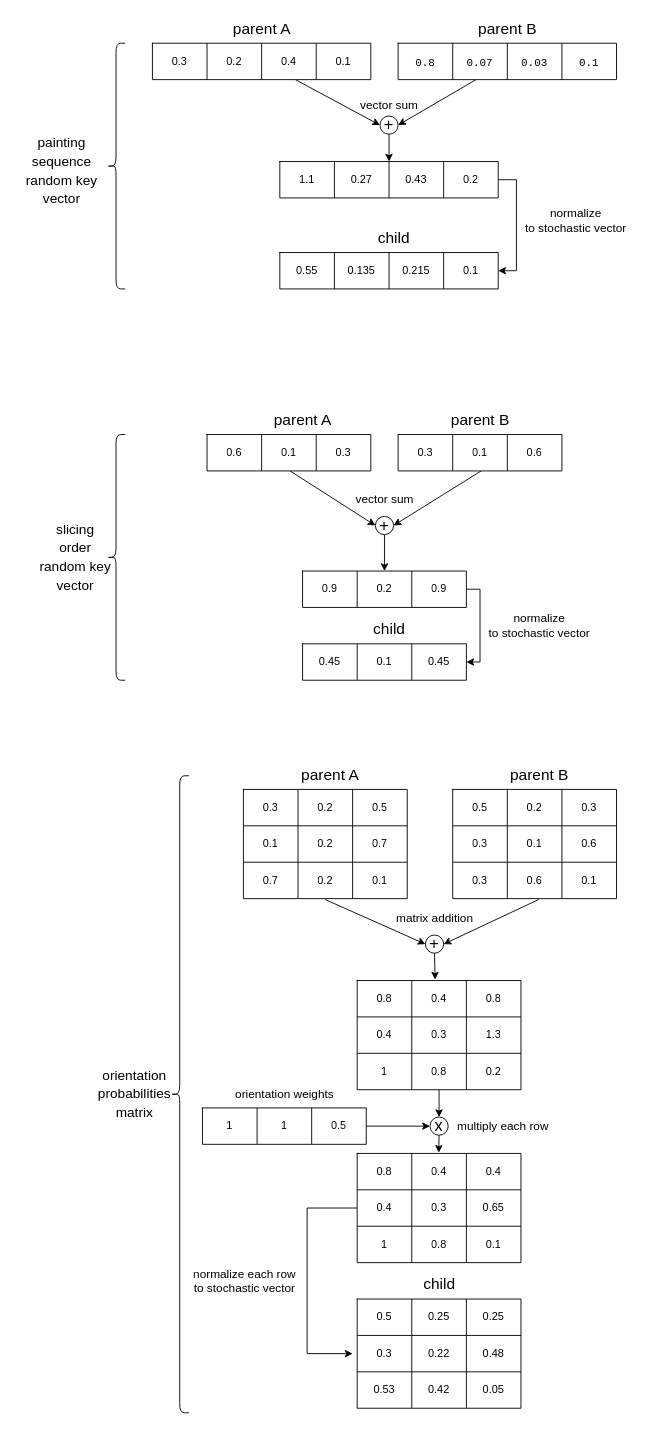
The draw.io diagram src/thesis/figures/crossover.drawio in TaIos/master-thesis, before the edit. Source tidied: cells renumbered, new cells numbered last; positions are measured from the earlier drawing's top-left corner, leaving out a move shared by most shapes. Both pictures are drawn from the tidied source at 91%, with x=0, y=0 at pixel (15, 15).
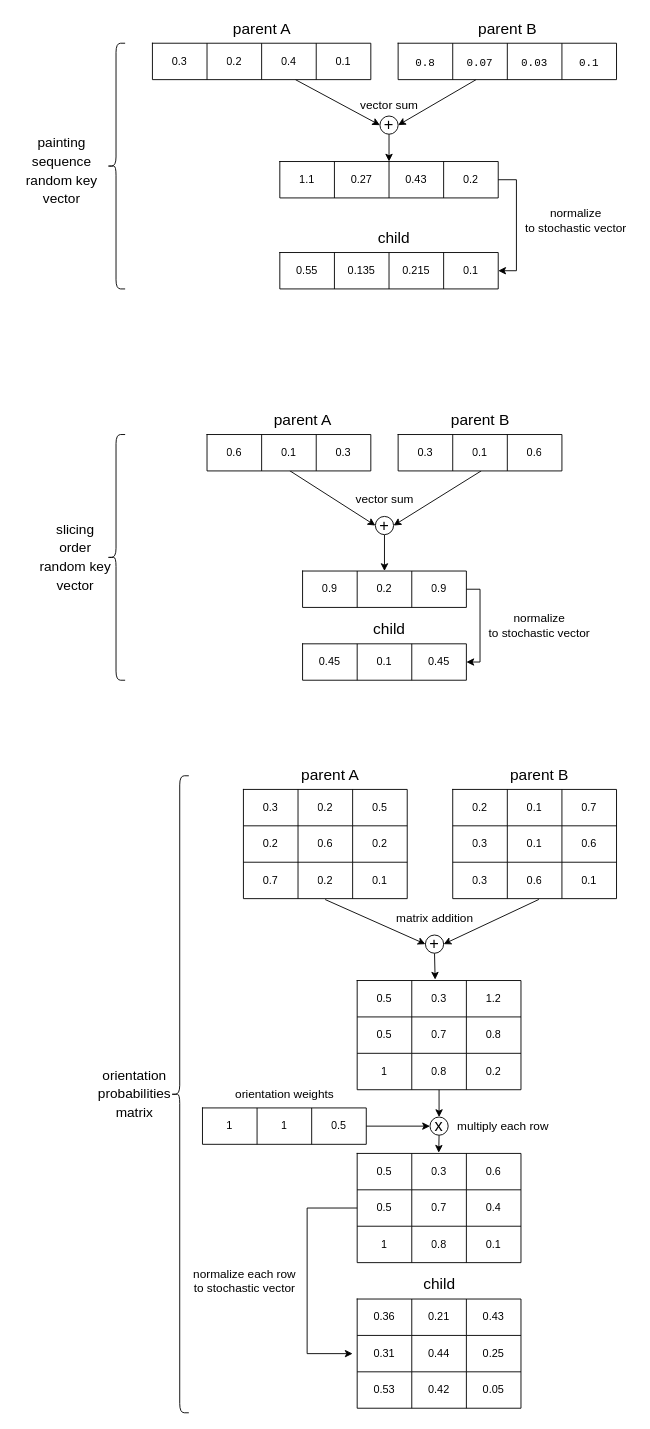
The same diagram, later.

Unchanged cells that the change refers to:
```xml
<mxCell id="34" style="shape=tableRow;horizontal=0;startSize=0;swimlaneHead=0;swimlaneBody=0;top=0;left=0;bottom=0;right=0;fillColor=none;" parent="29" vertex="1">
  <mxGeometry y="40" width="180" height="40" as="geometry" />
</mxCell>
<mxCell id="44" style="shape=tableRow;horizontal=0;startSize=0;swimlaneHead=0;swimlaneBody=0;top=0;left=0;bottom=0;right=0;fillColor=none;" parent="43" vertex="1">
  <mxGeometry width="180" height="40" as="geometry" />
</mxCell>
<mxCell id="107" style="shape=tableRow;horizontal=0;startSize=0;swimlaneHead=0;swimlaneBody=0;top=0;left=0;bottom=0;right=0;fillColor=none;points=[[0,0.5],[1,0.5]];portConstraint=eastwest;" parent="106" vertex="1">
  <mxGeometry width="180" height="40" as="geometry" />
</mxCell>
<mxCell id="111" style="shape=tableRow;horizontal=0;startSize=0;swimlaneHead=0;swimlaneBody=0;top=0;left=0;bottom=0;right=0;fillColor=none;" parent="106" vertex="1">
  <mxGeometry y="40" width="180" height="40" as="geometry" />
</mxCell>
<mxCell id="127" style="shape=tableRow;horizontal=0;startSize=0;swimlaneHead=0;swimlaneBody=0;top=0;left=0;bottom=0;right=0;fillColor=none;points=[[0,0.5],[1,0.5]];portConstraint=eastwest;" parent="126" vertex="1">
  <mxGeometry width="180" height="40" as="geometry" />
</mxCell>
<mxCell id="131" style="shape=tableRow;horizontal=0;startSize=0;swimlaneHead=0;swimlaneBody=0;top=0;left=0;bottom=0;right=0;fillColor=none;points=[[0,0.5],[1,0.5]];portConstraint=eastwest;" parent="126" vertex="1">
  <mxGeometry y="40" width="180" height="40" as="geometry" />
</mxCell>
<mxCell id="143" style="shape=tableRow;horizontal=0;startSize=0;swimlaneHead=0;swimlaneBody=0;top=0;left=0;bottom=0;right=0;fillColor=none;" parent="142" vertex="1">
  <mxGeometry width="180" height="40" as="geometry" />
</mxCell>
<mxCell id="147" style="shape=tableRow;horizontal=0;startSize=0;swimlaneHead=0;swimlaneBody=0;top=0;left=0;bottom=0;right=0;fillColor=none;" parent="142" vertex="1">
  <mxGeometry y="40" width="180" height="40" as="geometry" />
</mxCell>
```

What changed in the source:
```diff
@@
-    <mxCell id="35" value="0.1" style="shape=partialRectangle;html=1;whiteSpace=wrap;fillColor=none;top=0;left=0;bottom=0;right=0;overflow=hidden;" parent="34" vertex="1">
+    <mxCell id="35" value="0.2" style="shape=partialRectangle;html=1;whiteSpace=wrap;fillColor=none;top=0;left=0;bottom=0;right=0;overflow=hidden;" parent="34" vertex="1">
       <mxGeometry width="60" height="40" as="geometry" />
     </mxCell>
-    <mxCell id="36" value="0.2" style="shape=partialRectangle;html=1;whiteSpace=wrap;fillColor=none;top=0;left=0;bottom=0;right=0;overflow=hidden;" parent="34" vertex="1">
+    <mxCell id="36" value="0.6" style="shape=partialRectangle;html=1;whiteSpace=wrap;fillColor=none;top=0;left=0;bottom=0;right=0;overflow=hidden;" parent="34" vertex="1">
       <mxGeometry x="60" width="60" height="40" as="geometry" />
     </mxCell>
-    <mxCell id="37" value="0.7" style="shape=partialRectangle;html=1;whiteSpace=wrap;fillColor=none;top=0;left=0;bottom=0;right=0;overflow=hidden;" parent="34" vertex="1">
+    <mxCell id="37" value="0.2" style="shape=partialRectangle;html=1;whiteSpace=wrap;fillColor=none;top=0;left=0;bottom=0;right=0;overflow=hidden;" parent="34" vertex="1">
       <mxGeometry x="120" width="60" height="40" as="geometry" />
     </mxCell>
@@
-    <mxCell id="45" value="0.5" style="shape=partialRectangle;html=1;whiteSpace=wrap;fillColor=none;top=0;left=0;bottom=0;right=0;overflow=hidden;" parent="44" vertex="1">
+    <mxCell id="45" value="0.2" style="shape=partialRectangle;html=1;whiteSpace=wrap;fillColor=none;top=0;left=0;bottom=0;right=0;overflow=hidden;" parent="44" vertex="1">
       <mxGeometry width="60" height="40" as="geometry" />
     </mxCell>
-    <mxCell id="46" value="0.2" style="shape=partialRectangle;html=1;whiteSpace=wrap;fillColor=none;top=0;left=0;bottom=0;right=0;overflow=hidden;" parent="44" vertex="1">
+    <mxCell id="46" value="0.1" style="shape=partialRectangle;html=1;whiteSpace=wrap;fillColor=none;top=0;left=0;bottom=0;right=0;overflow=hidden;" parent="44" vertex="1">
       <mxGeometry x="60" width="60" height="40" as="geometry" />
     </mxCell>
-    <mxCell id="47" value="0.3" style="shape=partialRectangle;html=1;whiteSpace=wrap;fillColor=none;top=0;left=0;bottom=0;right=0;overflow=hidden;" parent="44" vertex="1">
+    <mxCell id="47" value="0.7" style="shape=partialRectangle;html=1;whiteSpace=wrap;fillColor=none;top=0;left=0;bottom=0;right=0;overflow=hidden;" parent="44" vertex="1">
       <mxGeometry x="120" width="60" height="40" as="geometry" />
     </mxCell>
@@
-    <mxCell id="108" value="0.8" style="shape=partialRectangle;html=1;whiteSpace=wrap;fillColor=none;top=0;left=0;bottom=0;right=0;overflow=hidden;" parent="107" vertex="1">
+    <mxCell id="108" value="0.5" style="shape=partialRectangle;html=1;whiteSpace=wrap;fillColor=none;top=0;left=0;bottom=0;right=0;overflow=hidden;" parent="107" vertex="1">
       <mxGeometry width="60" height="40" as="geometry" />
     </mxCell>
-    <mxCell id="109" value="0.4" style="shape=partialRectangle;html=1;whiteSpace=wrap;fillColor=none;top=0;left=0;bottom=0;right=0;overflow=hidden;" parent="107" vertex="1">
+    <mxCell id="109" value="0.3" style="shape=partialRectangle;html=1;whiteSpace=wrap;fillColor=none;top=0;left=0;bottom=0;right=0;overflow=hidden;" parent="107" vertex="1">
       <mxGeometry x="60" width="60" height="40" as="geometry" />
     </mxCell>
-    <mxCell id="110" value="0.8" style="shape=partialRectangle;html=1;whiteSpace=wrap;fillColor=none;top=0;left=0;bottom=0;right=0;overflow=hidden;" parent="107" vertex="1">
+    <mxCell id="110" value="1.2" style="shape=partialRectangle;html=1;whiteSpace=wrap;fillColor=none;top=0;left=0;bottom=0;right=0;overflow=hidden;" parent="107" vertex="1">
       <mxGeometry x="120" width="60" height="40" as="geometry" />
     </mxCell>
@@
-    <mxCell id="112" value="0.4" style="shape=partialRectangle;html=1;whiteSpace=wrap;fillColor=none;top=0;left=0;bottom=0;right=0;overflow=hidden;" parent="111" vertex="1">
+    <mxCell id="112" value="0.5" style="shape=partialRectangle;html=1;whiteSpace=wrap;fillColor=none;top=0;left=0;bottom=0;right=0;overflow=hidden;" parent="111" vertex="1">
       <mxGeometry width="60" height="40" as="geometry" />
     </mxCell>
-    <mxCell id="113" value="0.3" style="shape=partialRectangle;html=1;whiteSpace=wrap;fillColor=none;top=0;left=0;bottom=0;right=0;overflow=hidden;" parent="111" vertex="1">
+    <mxCell id="113" value="0.7" style="shape=partialRectangle;html=1;whiteSpace=wrap;fillColor=none;top=0;left=0;bottom=0;right=0;overflow=hidden;" parent="111" vertex="1">
       <mxGeometry x="60" width="60" height="40" as="geometry" />
     </mxCell>
-    <mxCell id="114" value="1.3" style="shape=partialRectangle;html=1;whiteSpace=wrap;fillColor=none;top=0;left=0;bottom=0;right=0;overflow=hidden;" parent="111" vertex="1">
+    <mxCell id="114" value="0.8" style="shape=partialRectangle;html=1;whiteSpace=wrap;fillColor=none;top=0;left=0;bottom=0;right=0;overflow=hidden;" parent="111" vertex="1">
       <mxGeometry x="120" width="60" height="40" as="geometry" />
     </mxCell>
@@
-    <mxCell id="128" value="0.8" style="shape=partialRectangle;html=1;whiteSpace=wrap;fillColor=none;top=0;left=0;bottom=0;right=0;overflow=hidden;" parent="127" vertex="1">
+    <mxCell id="128" value="0.5" style="shape=partialRectangle;html=1;whiteSpace=wrap;fillColor=none;top=0;left=0;bottom=0;right=0;overflow=hidden;" parent="127" vertex="1">
       <mxGeometry width="60" height="40" as="geometry" />
     </mxCell>
-    <mxCell id="129" value="0.4" style="shape=partialRectangle;html=1;whiteSpace=wrap;fillColor=none;top=0;left=0;bottom=0;right=0;overflow=hidden;" parent="127" vertex="1">
+    <mxCell id="129" value="0.3" style="shape=partialRectangle;html=1;whiteSpace=wrap;fillColor=none;top=0;left=0;bottom=0;right=0;overflow=hidden;" parent="127" vertex="1">
       <mxGeometry x="60" width="60" height="40" as="geometry" />
     </mxCell>
-    <mxCell id="130" value="0.4" style="shape=partialRectangle;html=1;whiteSpace=wrap;fillColor=none;top=0;left=0;bottom=0;right=0;overflow=hidden;" parent="127" vertex="1">
+    <mxCell id="130" value="0.6" style="shape=partialRectangle;html=1;whiteSpace=wrap;fillColor=none;top=0;left=0;bottom=0;right=0;overflow=hidden;" parent="127" vertex="1">
       <mxGeometry x="120" width="60" height="40" as="geometry" />
     </mxCell>
@@
-    <mxCell id="132" value="0.4" style="shape=partialRectangle;html=1;whiteSpace=wrap;fillColor=none;top=0;left=0;bottom=0;right=0;overflow=hidden;" parent="131" vertex="1">
+    <mxCell id="132" value="0.5" style="shape=partialRectangle;html=1;whiteSpace=wrap;fillColor=none;top=0;left=0;bottom=0;right=0;overflow=hidden;" parent="131" vertex="1">
       <mxGeometry width="60" height="40" as="geometry" />
     </mxCell>
-    <mxCell id="133" value="0.3" style="shape=partialRectangle;html=1;whiteSpace=wrap;fillColor=none;top=0;left=0;bottom=0;right=0;overflow=hidden;" parent="131" vertex="1">
+    <mxCell id="133" value="0.7" style="shape=partialRectangle;html=1;whiteSpace=wrap;fillColor=none;top=0;left=0;bottom=0;right=0;overflow=hidden;" parent="131" vertex="1">
       <mxGeometry x="60" width="60" height="40" as="geometry" />
     </mxCell>
-    <mxCell id="134" value="0.65" style="shape=partialRectangle;html=1;whiteSpace=wrap;fillColor=none;top=0;left=0;bottom=0;right=0;overflow=hidden;" parent="131" vertex="1">
+    <mxCell id="134" value="0.4" style="shape=partialRectangle;html=1;whiteSpace=wrap;fillColor=none;top=0;left=0;bottom=0;right=0;overflow=hidden;" parent="131" vertex="1">
       <mxGeometry x="120" width="60" height="40" as="geometry" />
     </mxCell>
@@
-    <mxCell id="144" value="0.5" style="shape=partialRectangle;html=1;whiteSpace=wrap;fillColor=none;top=0;left=0;bottom=0;right=0;overflow=hidden;" parent="143" vertex="1">
+    <mxCell id="144" value="0.36" style="shape=partialRectangle;html=1;whiteSpace=wrap;fillColor=none;top=0;left=0;bottom=0;right=0;overflow=hidden;" parent="143" vertex="1">
       <mxGeometry width="60" height="40" as="geometry" />
     </mxCell>
-    <mxCell id="145" value="0.25" style="shape=partialRectangle;html=1;whiteSpace=wrap;fillColor=none;top=0;left=0;bottom=0;right=0;overflow=hidden;" parent="143" vertex="1">
+    <mxCell id="145" value="0.21" style="shape=partialRectangle;html=1;whiteSpace=wrap;fillColor=none;top=0;left=0;bottom=0;right=0;overflow=hidden;" parent="143" vertex="1">
       <mxGeometry x="60" width="60" height="40" as="geometry" />
     </mxCell>
-    <mxCell id="146" value="0.25" style="shape=partialRectangle;html=1;whiteSpace=wrap;fillColor=none;top=0;left=0;bottom=0;right=0;overflow=hidden;" parent="143" vertex="1">
+    <mxCell id="146" value="0.43" style="shape=partialRectangle;html=1;whiteSpace=wrap;fillColor=none;top=0;left=0;bottom=0;right=0;overflow=hidden;" parent="143" vertex="1">
       <mxGeometry x="120" width="60" height="40" as="geometry" />
     </mxCell>
@@
-    <mxCell id="148" value="0.3" style="shape=partialRectangle;html=1;whiteSpace=wrap;fillColor=none;top=0;left=0;bottom=0;right=0;overflow=hidden;" parent="147" vertex="1">
+    <mxCell id="148" value="0.31" style="shape=partialRectangle;html=1;whiteSpace=wrap;fillColor=none;top=0;left=0;bottom=0;right=0;overflow=hidden;" parent="147" vertex="1">
       <mxGeometry width="60" height="40" as="geometry" />
     </mxCell>
-    <mxCell id="149" value="0.22" style="shape=partialRectangle;html=1;whiteSpace=wrap;fillColor=none;top=0;left=0;bottom=0;right=0;overflow=hidden;" parent="147" vertex="1">
+    <mxCell id="149" value="0.44" style="shape=partialRectangle;html=1;whiteSpace=wrap;fillColor=none;top=0;left=0;bottom=0;right=0;overflow=hidden;" parent="147" vertex="1">
       <mxGeometry x="60" width="60" height="40" as="geometry" />
     </mxCell>
-    <mxCell id="150" value="0.48" style="shape=partialRectangle;html=1;whiteSpace=wrap;fillColor=none;top=0;left=0;bottom=0;right=0;overflow=hidden;" parent="147" vertex="1">
+    <mxCell id="150" value="0.25" style="shape=partialRectangle;html=1;whiteSpace=wrap;fillColor=none;top=0;left=0;bottom=0;right=0;overflow=hidden;" parent="147" vertex="1">
       <mxGeometry x="120" width="60" height="40" as="geometry" />
     </mxCell>
```
